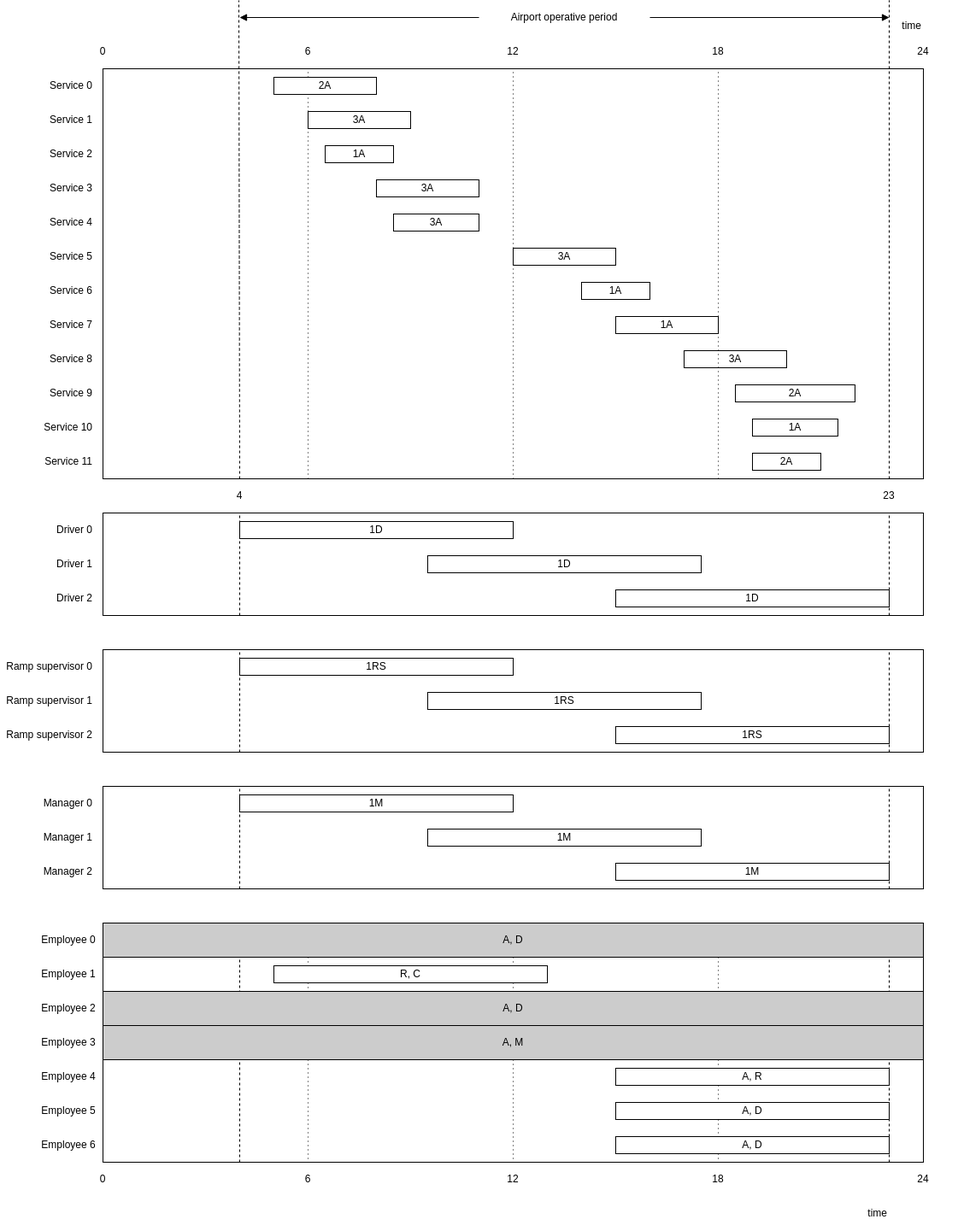
Earlier version of the draw.io export problems/persons-reduced-mobility-problem/images/instance.png (kaizten/kaizten.github.io). Source tidied: cells renumbered, new cells last; positions are measured from the earlier drawing's top-left corner, leaving out a move shared by most shapes.
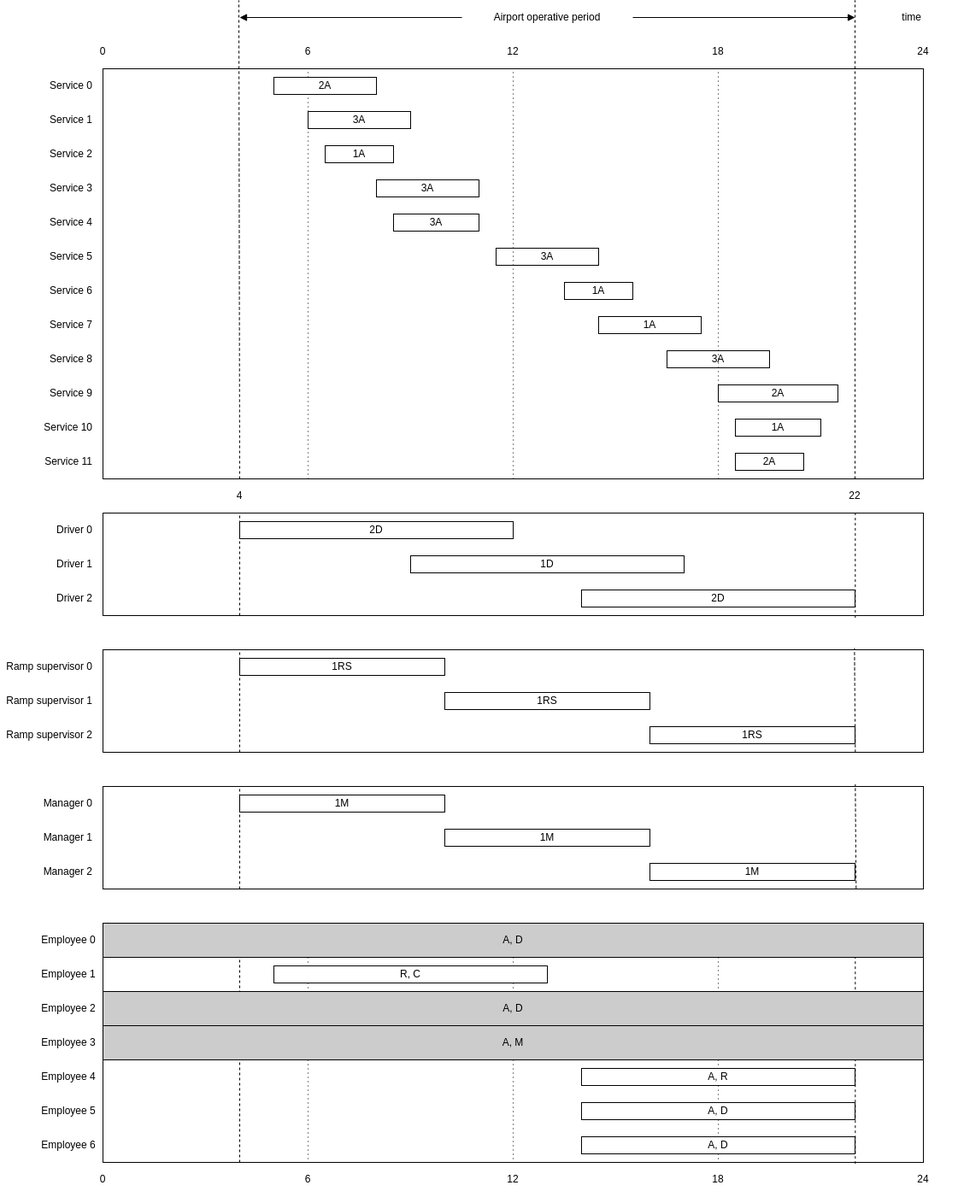
The same file after the commit.

Commit message:
See https://github.com/kaizten/persons-reduced-mobility-problem/commit/5f76620ad7f3d9f6cd7d175276469088bc06d73f from refs/heads/main

What changed in the source:
```diff
@@ -2,21 +2,18 @@
   <root>
     <mxCell id="0" />
     <mxCell id="1" parent="0" />
-    <mxCell id="2" style="endArrow=none;dashed=1;html=1;" parent="1" edge="1">
-      <mxGeometry relative="1" as="geometry">
-        <mxPoint x="1040" y="1360" as="sourcePoint" />
-        <mxPoint x="1040" y="1080" as="targetPoint" />
-      </mxGeometry>
+    <mxCell id="2" style="endArrow=none;dashed=1;html=1;entryX=0.917;entryY=0;entryDx=0;entryDy=0;entryPerimeter=0;exitX=0.917;exitY=1.006;exitDx=0;exitDy=0;exitPerimeter=0;" parent="1" edge="1" source="4" target="11">
+      <mxGeometry relative="1" as="geometry" />
     </mxCell>
+    <mxCell id="4" style="rounded=0;whiteSpace=wrap;html=1;fillColor=none;" parent="1" vertex="1">
+      <mxGeometry x="120" y="1080" width="960" height="280" as="geometry" />
+    </mxCell>
     <mxCell id="3" style="endArrow=none;dashed=1;html=1;" parent="1" edge="1">
       <mxGeometry relative="1" as="geometry">
         <mxPoint x="280" y="1360" as="sourcePoint" />
         <mxPoint x="280" y="1080" as="targetPoint" />
       </mxGeometry>
     </mxCell>
-    <mxCell id="4" style="rounded=0;whiteSpace=wrap;html=1;fillColor=none;" parent="1" vertex="1">
-      <mxGeometry x="120" y="1080" width="960" height="280" as="geometry" />
-    </mxCell>
     <mxCell id="5" style="rounded=0;whiteSpace=wrap;html=1;fillColor=none;" parent="1" vertex="1">
       <mxGeometry x="120" y="80" width="960" height="480" as="geometry" />
     </mxCell>
@@ -69,7 +66,7 @@
       <mxGeometry x="320" y="90" width="120" height="20" as="geometry" />
     </mxCell>
     <mxCell id="20" value="time" style="text;html=1;strokeColor=none;fillColor=none;align=right;verticalAlign=middle;whiteSpace=wrap;rounded=0;" parent="1" vertex="1">
-      <mxGeometry x="1000" y="10" width="80" height="40" as="geometry" />
+      <mxGeometry x="1000" width="80" height="40" as="geometry" />
     </mxCell>
     <mxCell id="21" value="0" style="text;html=1;strokeColor=none;fillColor=none;align=center;verticalAlign=middle;whiteSpace=wrap;rounded=0;" parent="1" vertex="1">
       <mxGeometry x="80" y="40" width="80" height="40" as="geometry" />
@@ -99,25 +96,25 @@
       <mxGeometry x="460" y="250" width="100" height="20" as="geometry" />
     </mxCell>
     <mxCell id="30" value="3A" style="rounded=0;whiteSpace=wrap;html=1;" parent="1" vertex="1">
-      <mxGeometry x="600" y="290" width="120" height="20" as="geometry" />
+      <mxGeometry x="580" y="290" width="120" height="20" as="geometry" />
     </mxCell>
     <mxCell id="31" value="1A" style="rounded=0;whiteSpace=wrap;html=1;" parent="1" vertex="1">
-      <mxGeometry x="680" y="330" width="80" height="20" as="geometry" />
+      <mxGeometry x="660" y="330" width="80" height="20" as="geometry" />
     </mxCell>
     <mxCell id="32" value="1A" style="rounded=0;whiteSpace=wrap;html=1;" parent="1" vertex="1">
-      <mxGeometry x="720" y="370" width="120" height="20" as="geometry" />
+      <mxGeometry x="700" y="370" width="120" height="20" as="geometry" />
     </mxCell>
     <mxCell id="33" value="3A" style="rounded=0;whiteSpace=wrap;html=1;" parent="1" vertex="1">
-      <mxGeometry x="800" y="410" width="120" height="20" as="geometry" />
+      <mxGeometry x="780" y="410" width="120" height="20" as="geometry" />
     </mxCell>
     <mxCell id="34" value="2A" style="rounded=0;whiteSpace=wrap;html=1;" parent="1" vertex="1">
-      <mxGeometry x="860" y="450" width="140" height="20" as="geometry" />
+      <mxGeometry x="840" y="450" width="140" height="20" as="geometry" />
     </mxCell>
     <mxCell id="35" value="2A" style="rounded=0;whiteSpace=wrap;html=1;" parent="1" vertex="1">
-      <mxGeometry x="880" y="530" width="80" height="20" as="geometry" />
+      <mxGeometry x="860" y="530" width="80" height="20" as="geometry" />
     </mxCell>
     <mxCell id="36" value="1A" style="rounded=0;whiteSpace=wrap;html=1;" parent="1" vertex="1">
-      <mxGeometry x="880" y="490" width="100" height="20" as="geometry" />
+      <mxGeometry x="860" y="490" width="100" height="20" as="geometry" />
     </mxCell>
     <mxCell id="37" value="Service 6" style="text;html=1;strokeColor=none;fillColor=none;align=right;verticalAlign=middle;whiteSpace=wrap;rounded=0;" parent="1" vertex="1">
       <mxGeometry x="40" y="320" width="70" height="40" as="geometry" />
@@ -140,8 +137,8 @@
     <mxCell id="43" value="4" style="text;html=1;strokeColor=none;fillColor=none;align=center;verticalAlign=middle;whiteSpace=wrap;rounded=0;" parent="1" vertex="1">
       <mxGeometry x="240" y="560" width="80" height="40" as="geometry" />
     </mxCell>
-    <mxCell id="44" value="23" style="text;html=1;strokeColor=none;fillColor=none;align=center;verticalAlign=middle;whiteSpace=wrap;rounded=0;" parent="1" vertex="1">
-      <mxGeometry x="1000" y="560" width="80" height="40" as="geometry" />
+    <mxCell id="44" value="22" style="text;html=1;strokeColor=none;fillColor=none;align=center;verticalAlign=middle;whiteSpace=wrap;rounded=0;" parent="1" vertex="1">
+      <mxGeometry x="960" y="560" width="80" height="40" as="geometry" />
     </mxCell>
     <mxCell id="45" value="Employee 0" style="text;html=1;strokeColor=none;fillColor=none;align=center;verticalAlign=middle;whiteSpace=wrap;rounded=0;" parent="1" vertex="1">
       <mxGeometry x="40" y="1080" width="80" height="40" as="geometry" />
@@ -159,7 +156,7 @@
       <mxGeometry x="40" y="1200" width="80" height="40" as="geometry" />
     </mxCell>
     <mxCell id="50" value="A, R" style="rounded=0;whiteSpace=wrap;html=1;" parent="1" vertex="1">
-      <mxGeometry x="720" y="1250" width="320" height="20" as="geometry" />
+      <mxGeometry x="680" y="1250" width="320" height="20" as="geometry" />
     </mxCell>
     <mxCell id="51" value="Employee 4" style="text;html=1;strokeColor=none;fillColor=none;align=center;verticalAlign=middle;whiteSpace=wrap;rounded=0;" parent="1" vertex="1">
       <mxGeometry x="40" y="1240" width="80" height="40" as="geometry" />
@@ -168,17 +165,14 @@
       <mxGeometry x="40" y="1280" width="80" height="40" as="geometry" />
     </mxCell>
     <mxCell id="53" value="A, D" style="rounded=0;whiteSpace=wrap;html=1;" parent="1" vertex="1">
-      <mxGeometry x="720" y="1290" width="320" height="20" as="geometry" />
+      <mxGeometry x="680" y="1290" width="320" height="20" as="geometry" />
     </mxCell>
     <mxCell id="54" value="Employee 6" style="text;html=1;strokeColor=none;fillColor=none;align=center;verticalAlign=middle;whiteSpace=wrap;rounded=0;" parent="1" vertex="1">
       <mxGeometry x="40" y="1320" width="80" height="40" as="geometry" />
     </mxCell>
     <mxCell id="55" value="A, D" style="rounded=0;whiteSpace=wrap;html=1;" parent="1" vertex="1">
-      <mxGeometry x="720" y="1330" width="320" height="20" as="geometry" />
+      <mxGeometry x="680" y="1330" width="320" height="20" as="geometry" />
     </mxCell>
-    <mxCell id="56" value="time" style="text;html=1;strokeColor=none;fillColor=none;align=right;verticalAlign=middle;whiteSpace=wrap;rounded=0;" parent="1" vertex="1">
-      <mxGeometry x="960" y="1400" width="80" height="40" as="geometry" />
-    </mxCell>
     <mxCell id="57" value="0" style="text;html=1;strokeColor=none;fillColor=none;align=center;verticalAlign=middle;whiteSpace=wrap;rounded=0;" parent="1" vertex="1">
       <mxGeometry x="80" y="1360" width="80" height="40" as="geometry" />
     </mxCell>
@@ -208,14 +202,13 @@
         <mxPoint x="840" y="560" as="sourcePoint" />
       </mxGeometry>
     </mxCell>
-    <mxCell id="65" style="endArrow=none;dashed=1;html=1;" parent="1" edge="1">
+    <mxCell id="65" style="endArrow=none;dashed=1;html=1;exitX=0.5;exitY=0;exitDx=0;exitDy=0;" parent="1" edge="1" source="44">
       <mxGeometry relative="1" as="geometry">
-        <mxPoint x="1040" y="560" as="sourcePoint" />
-        <mxPoint x="1040" as="targetPoint" />
+        <mxPoint x="1000" as="targetPoint" />
       </mxGeometry>
     </mxCell>
     <mxCell id="66" value="Airport operative period" style="text;html=1;strokeColor=none;fillColor=none;align=center;verticalAlign=middle;whiteSpace=wrap;rounded=0;" parent="1" vertex="1">
-      <mxGeometry x="560" width="200" height="40" as="geometry" />
+      <mxGeometry x="540" width="200" height="40" as="geometry" />
     </mxCell>
     <mxCell id="67" style="endArrow=block;html=1;exitX=0;exitY=0.5;exitDx=0;exitDy=0;endFill=1;" parent="1" edge="1" source="66">
       <mxGeometry relative="1" as="geometry">
@@ -224,20 +217,20 @@
     </mxCell>
     <mxCell id="68" style="endArrow=block;html=1;exitX=1;exitY=0.5;exitDx=0;exitDy=0;endFill=1;" parent="1" edge="1" source="66">
       <mxGeometry relative="1" as="geometry">
-        <mxPoint x="1040" y="20" as="targetPoint" />
+        <mxPoint x="1000" y="20" as="targetPoint" />
       </mxGeometry>
     </mxCell>
     <mxCell id="69" style="rounded=0;whiteSpace=wrap;html=1;fillColor=none;" parent="1" vertex="1">
       <mxGeometry x="120" y="600" width="960" height="120" as="geometry" />
     </mxCell>
-    <mxCell id="70" value="1D" style="rounded=0;whiteSpace=wrap;html=1;" parent="1" vertex="1">
+    <mxCell id="70" value="2D" style="rounded=0;whiteSpace=wrap;html=1;" parent="1" vertex="1">
       <mxGeometry x="280" y="610" width="320" height="20" as="geometry" />
     </mxCell>
-    <mxCell id="71" value="1D" style="rounded=0;whiteSpace=wrap;html=1;" parent="1" vertex="1">
-      <mxGeometry x="720" y="690" width="320" height="20" as="geometry" />
+    <mxCell id="71" value="2D" style="rounded=0;whiteSpace=wrap;html=1;" parent="1" vertex="1">
+      <mxGeometry x="680" y="690" width="320" height="20" as="geometry" />
     </mxCell>
     <mxCell id="72" value="1D" style="rounded=0;whiteSpace=wrap;html=1;" parent="1" vertex="1">
-      <mxGeometry x="500" y="650" width="320" height="20" as="geometry" />
+      <mxGeometry x="480" y="650" width="320" height="20" as="geometry" />
     </mxCell>
     <mxCell id="73" value="Driver 0" style="text;html=1;strokeColor=none;fillColor=none;align=right;verticalAlign=middle;whiteSpace=wrap;rounded=0;" parent="1" vertex="1">
       <mxGeometry y="600" width="110" height="40" as="geometry" />
@@ -252,13 +245,13 @@
       <mxGeometry x="120" y="760" width="960" height="120" as="geometry" />
     </mxCell>
     <mxCell id="77" value="1RS" style="rounded=0;whiteSpace=wrap;html=1;" parent="1" vertex="1">
-      <mxGeometry x="280" y="770" width="320" height="20" as="geometry" />
+      <mxGeometry x="280" y="770" width="240" height="20" as="geometry" />
     </mxCell>
     <mxCell id="78" value="1RS" style="rounded=0;whiteSpace=wrap;html=1;" parent="1" vertex="1">
-      <mxGeometry x="720" y="850" width="320" height="20" as="geometry" />
+      <mxGeometry x="760" y="850" width="240" height="20" as="geometry" />
     </mxCell>
     <mxCell id="79" value="1RS" style="rounded=0;whiteSpace=wrap;html=1;" parent="1" vertex="1">
-      <mxGeometry x="500" y="810" width="320" height="20" as="geometry" />
+      <mxGeometry x="520" y="810" width="240" height="20" as="geometry" />
     </mxCell>
     <mxCell id="80" value="Ramp supervisor 0" style="text;html=1;strokeColor=none;fillColor=none;align=right;verticalAlign=middle;whiteSpace=wrap;rounded=0;" parent="1" vertex="1">
       <mxGeometry y="760" width="110" height="40" as="geometry" />
@@ -273,13 +266,13 @@
       <mxGeometry x="120" y="920" width="960" height="120" as="geometry" />
     </mxCell>
     <mxCell id="84" value="1M" style="rounded=0;whiteSpace=wrap;html=1;" parent="1" vertex="1">
-      <mxGeometry x="280" y="930" width="320" height="20" as="geometry" />
+      <mxGeometry x="280" y="930" width="240" height="20" as="geometry" />
     </mxCell>
     <mxCell id="85" value="1M" style="rounded=0;whiteSpace=wrap;html=1;" parent="1" vertex="1">
-      <mxGeometry x="720" y="1010" width="320" height="20" as="geometry" />
+      <mxGeometry x="760" y="1010" width="240" height="20" as="geometry" />
     </mxCell>
     <mxCell id="86" value="1M" style="rounded=0;whiteSpace=wrap;html=1;" parent="1" vertex="1">
-      <mxGeometry x="500" y="970" width="320" height="20" as="geometry" />
+      <mxGeometry x="520" y="970" width="240" height="20" as="geometry" />
     </mxCell>
     <mxCell id="87" value="Manager 0" style="text;html=1;strokeColor=none;fillColor=none;align=right;verticalAlign=middle;whiteSpace=wrap;rounded=0;" parent="1" vertex="1">
       <mxGeometry y="920" width="110" height="40" as="geometry" />
@@ -296,17 +289,8 @@
         <mxPoint x="280" y="600" as="targetPoint" />
       </mxGeometry>
     </mxCell>
-    <mxCell id="91" style="endArrow=none;dashed=1;html=1;" parent="1" edge="1">
-      <mxGeometry relative="1" as="geometry">
-        <mxPoint x="1040" y="720" as="sourcePoint" />
-        <mxPoint x="1040" y="600" as="targetPoint" />
-      </mxGeometry>
-    </mxCell>
-    <mxCell id="92" style="endArrow=none;dashed=1;html=1;" parent="1" edge="1">
-      <mxGeometry relative="1" as="geometry">
-        <mxPoint x="1040" y="880" as="sourcePoint" />
-        <mxPoint x="1040" y="760" as="targetPoint" />
-      </mxGeometry>
+    <mxCell id="92" style="endArrow=none;dashed=1;html=1;entryX=0.916;entryY=-0.014;entryDx=0;entryDy=0;entryPerimeter=0;exitX=0.917;exitY=1;exitDx=0;exitDy=0;exitPerimeter=0;" parent="1" edge="1" source="76" target="76">
+      <mxGeometry relative="1" as="geometry" />
     </mxCell>
     <mxCell id="93" style="endArrow=none;dashed=1;html=1;" parent="1" edge="1">
       <mxGeometry relative="1" as="geometry">
@@ -320,11 +304,11 @@
         <mxPoint x="280" y="920" as="targetPoint" />
       </mxGeometry>
     </mxCell>
-    <mxCell id="95" style="endArrow=none;dashed=1;html=1;" parent="1" edge="1">
-      <mxGeometry relative="1" as="geometry">
-        <mxPoint x="1040" y="1040" as="sourcePoint" />
-        <mxPoint x="1040" y="920" as="targetPoint" />
-      </mxGeometry>
+    <mxCell id="95" style="endArrow=none;dashed=1;html=1;entryX=0.917;entryY=-0.021;entryDx=0;entryDy=0;entryPerimeter=0;exitX=0.918;exitY=0.993;exitDx=0;exitDy=0;exitPerimeter=0;" parent="1" edge="1" source="83" target="83">
+      <mxGeometry relative="1" as="geometry" />
     </mxCell>
+    <mxCell id="91" style="endArrow=none;dashed=1;html=1;exitX=0.917;exitY=1.021;exitDx=0;exitDy=0;exitPerimeter=0;entryX=0.917;entryY=0;entryDx=0;entryDy=0;entryPerimeter=0;" parent="1" edge="1" source="69" target="69">
+      <mxGeometry relative="1" as="geometry" />
+    </mxCell>
   </root>
 </mxGraphModel>
```
